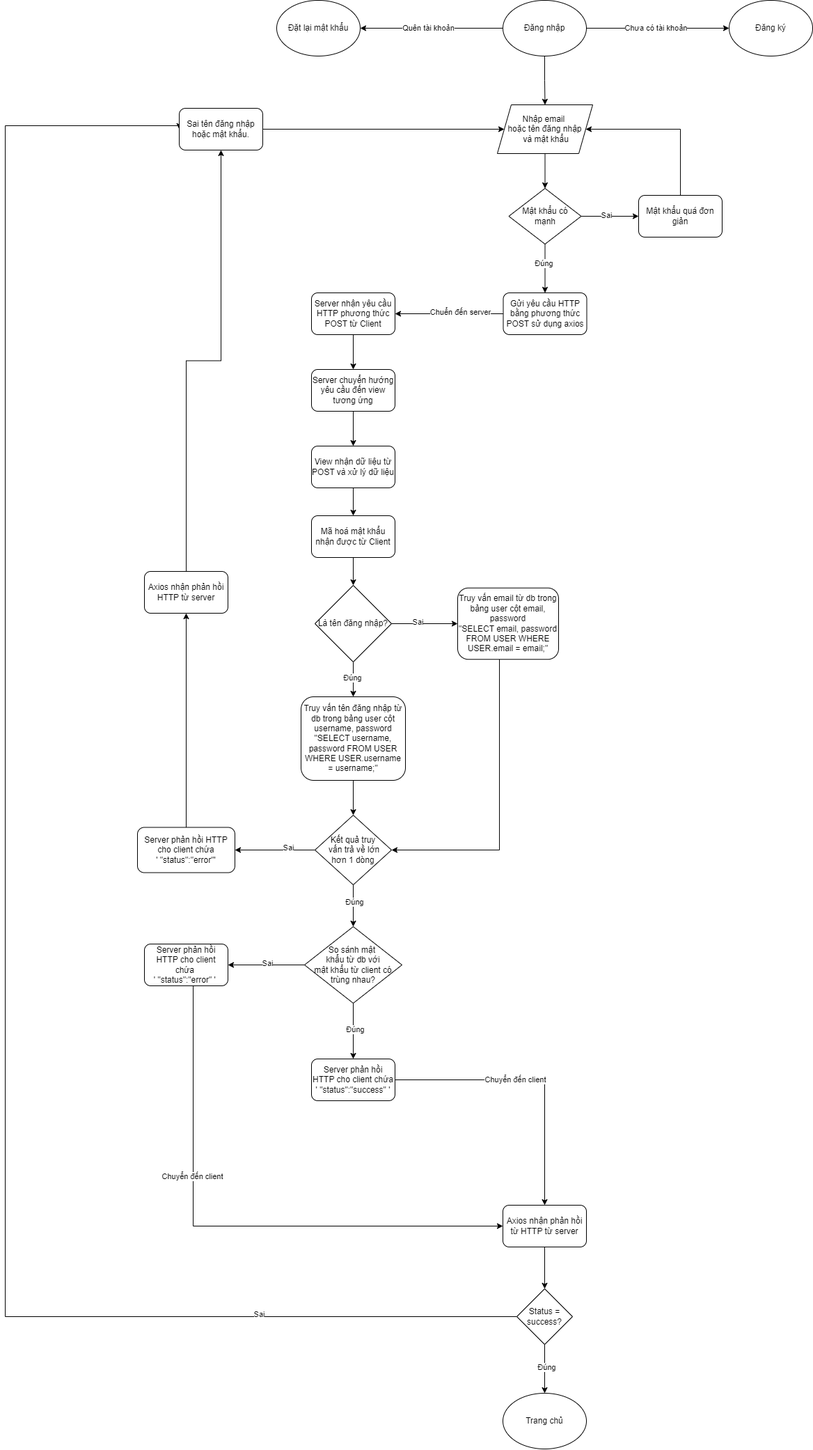
Before: LogIn.drawio.png, a diagram exported from draw.io (huyga1185/buyit_cnpm). Source tidied: cells renumbered, new cells last; positions are measured from the earlier drawing's top-left corner, leaving out a move shared by most shapes.
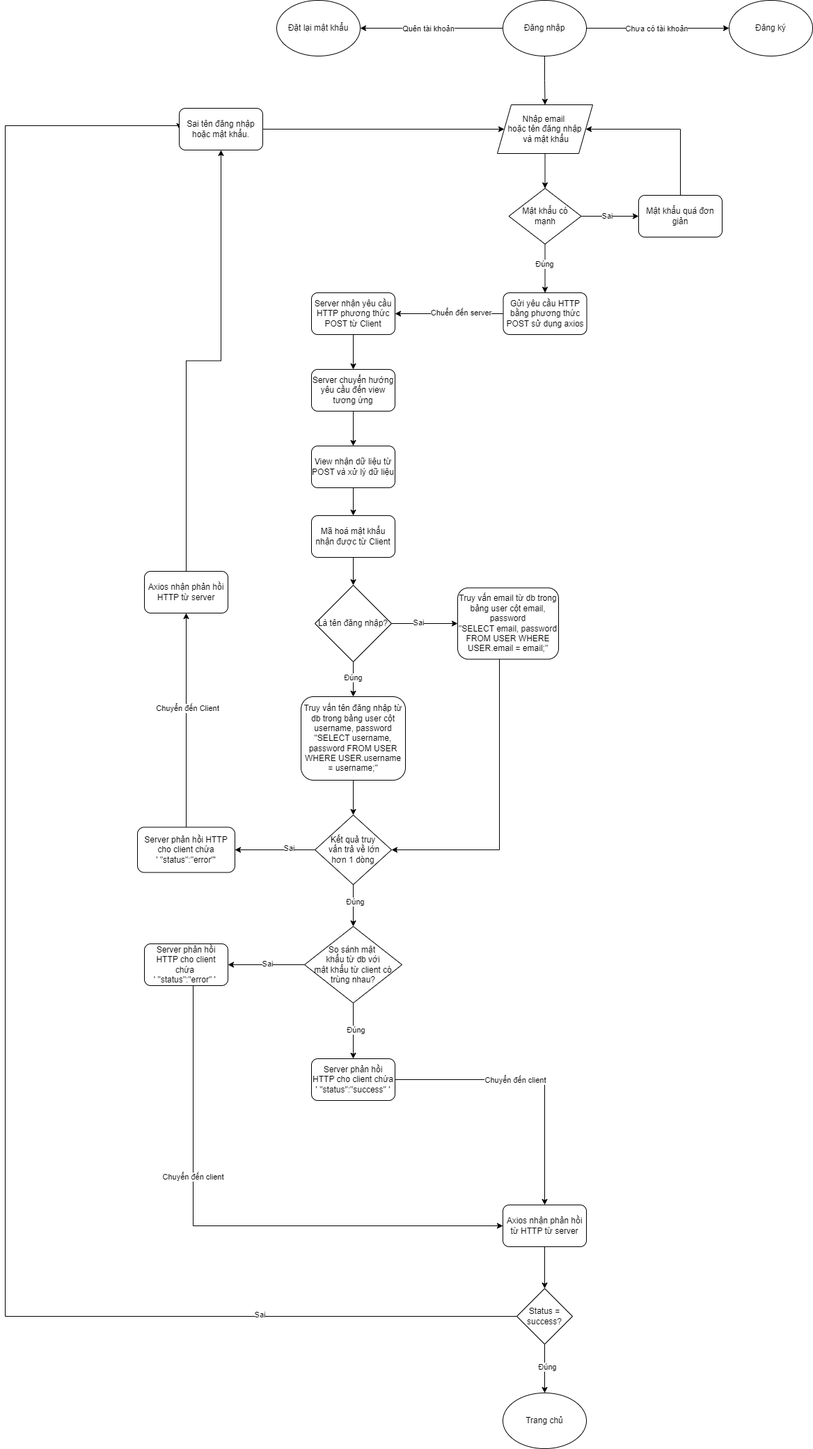
Later version of the same file.

What changed in the source:
```diff
@@ -209,6 +209,9 @@
     <mxCell id="64" style="edgeStyle=orthogonalEdgeStyle;rounded=0;jettySize=auto;html=1;entryX=0.5;entryY=1;entryDx=0;entryDy=0;" parent="1" edge="1" source="65" target="69">
       <mxGeometry relative="1" as="geometry" />
     </mxCell>
+    <mxCell id="70" value="Chuyển đến Client" style="edgeLabel;html=1;align=center;verticalAlign=middle;" parent="64" vertex="1">
+      <mxGeometry x="0.12" y="-1" relative="1" as="geometry" />
+    </mxCell>
     <mxCell id="65" value="Server phản hồi HTTP cho client chứa&lt;div&gt;' &quot;status&quot;:&quot;error&quot;'&lt;/div&gt;" style="rounded=1;whiteSpace=wrap;html=1;" parent="1" vertex="1">
       <mxGeometry x="190" y="1187.5" width="140" height="65" as="geometry" />
     </mxCell>
```
